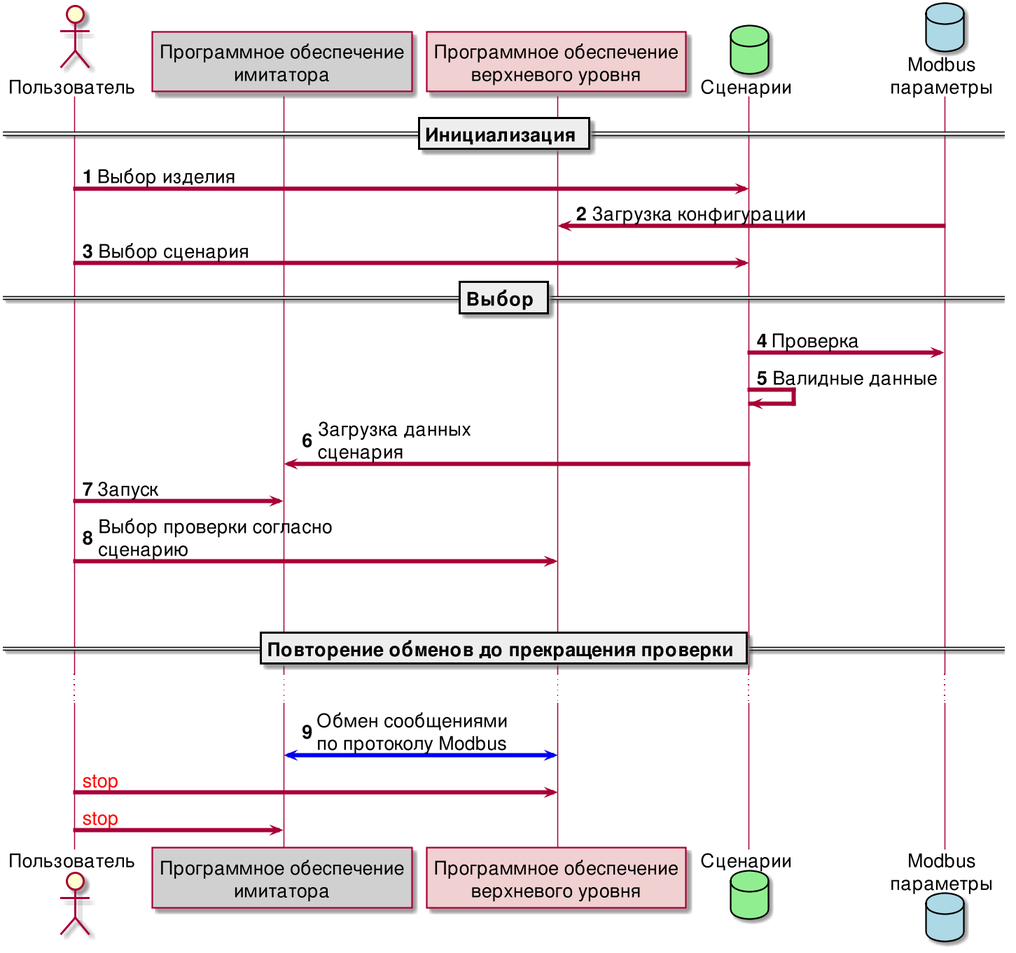
Before: Dissertation/images/top_level.png, a diagram exported from PlantUML (UlrichVonRekkenin/PhdLaTeX).
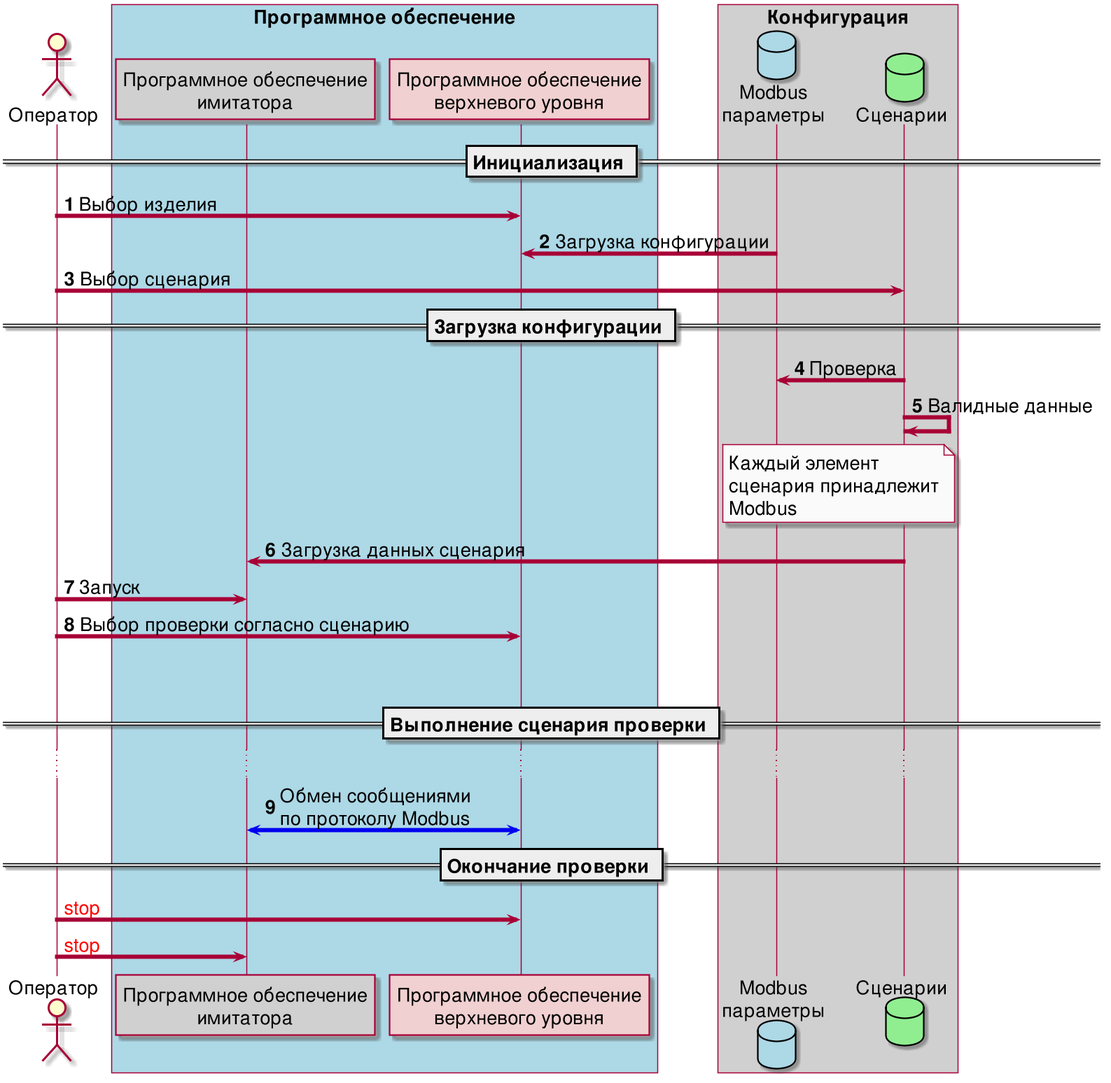
After the change.

The edit, as a diff of the source:
```diff
@@ -9,28 +9,37 @@
     ClassAttributeFontSize 25
 }
 
-actor Пользователь as user
-participant "Программное обеспечение\nимитатора" as imit #D0D0D0
-participant "Программное обеспечение\nверхневого уровня" as main #F0D0D0
-database Сценарии as scen #LightGreen
-database "Modbus\nпараметры" as tags #LightBlue
+actor Оператор as user
+
+box "Программное обеспечение" #LightBlue
+    participant "Программное обеспечение\nимитатора" as imit #D0D0D0
+    participant "Программное обеспечение\nверхневого уровня" as main #F0D0D0
+end box
+
+box "Конфигурация" #D0D0D0
+    database "Modbus\nпараметры" as tags #LightBlue
+    database Сценарии as scen #LightGreen
+end box
 
 autonumber
 == Инициализация ==
-user -> scen: Выбор изделия
+user -> main: Выбор изделия
 main <- tags: Загрузка конфигурации
 user -> scen: Выбор сценария
-== Выбор ==
+== Загрузка конфигурации ==
 scen -> tags: Проверка
 scen -> scen: Валидные данные
-scen -> imit: Загрузка данных\nсценария
+note over tags, scen #FAFAFA: Каждый элемент\nсценария принадлежит\nModbus
+scen -> imit: Загрузка данных сценария
 user -> imit: Запуск
-user -> main: Выбор проверки согласно\nсценарию
+user -> main: Выбор проверки согласно сценарию
 ||50||
-== Повторение обменов до прекращения проверки ==
+== Выполнение сценария проверки ==
 ...
 imit <-[#0000F0]> main : Обмен сообщениями\nпо протоколу Modbus
 autonumber stop
+
+== Окончание проверки ==
 user -> main: <font color=red>stop</font>
 user -> imit: <font color=red>stop</font>
 
```
